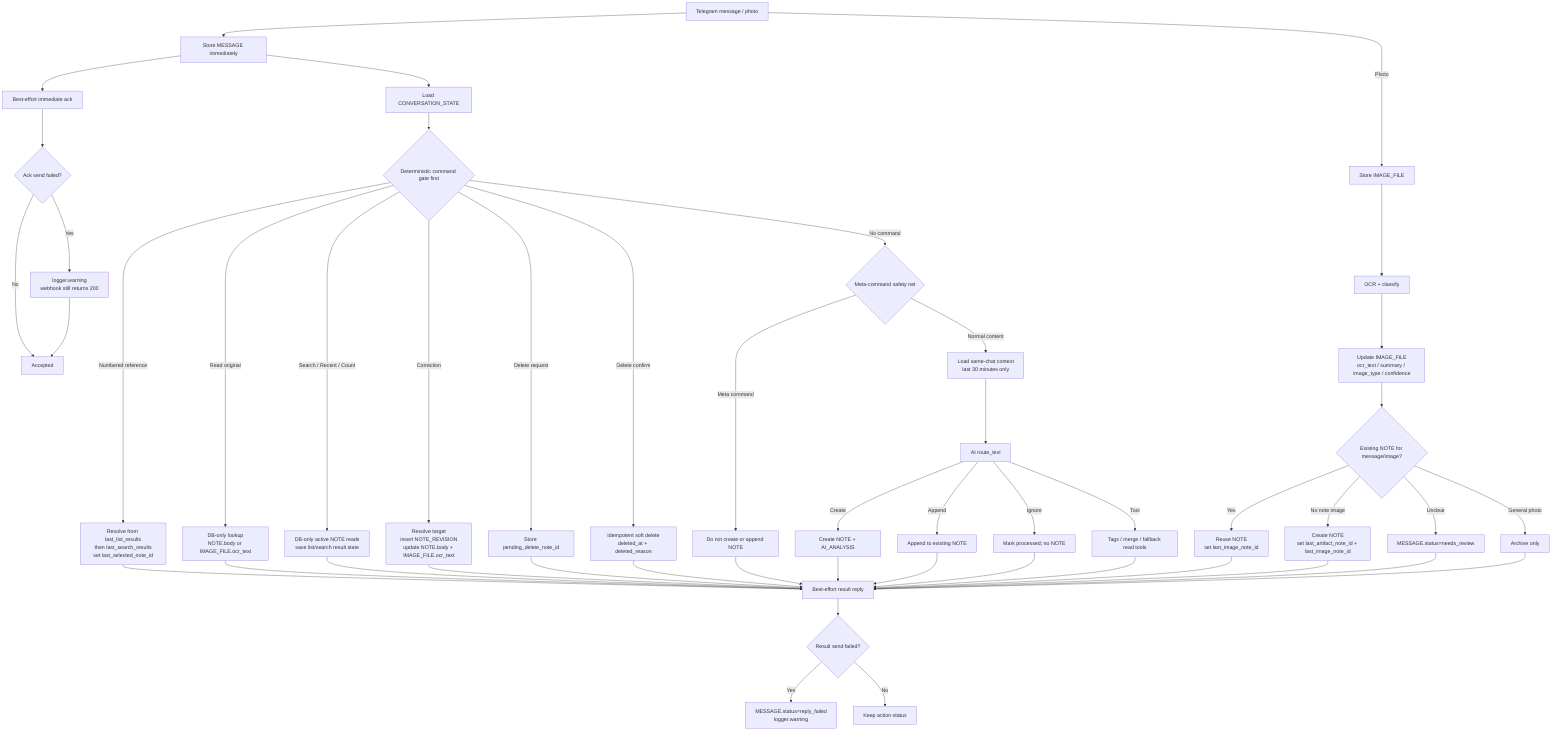
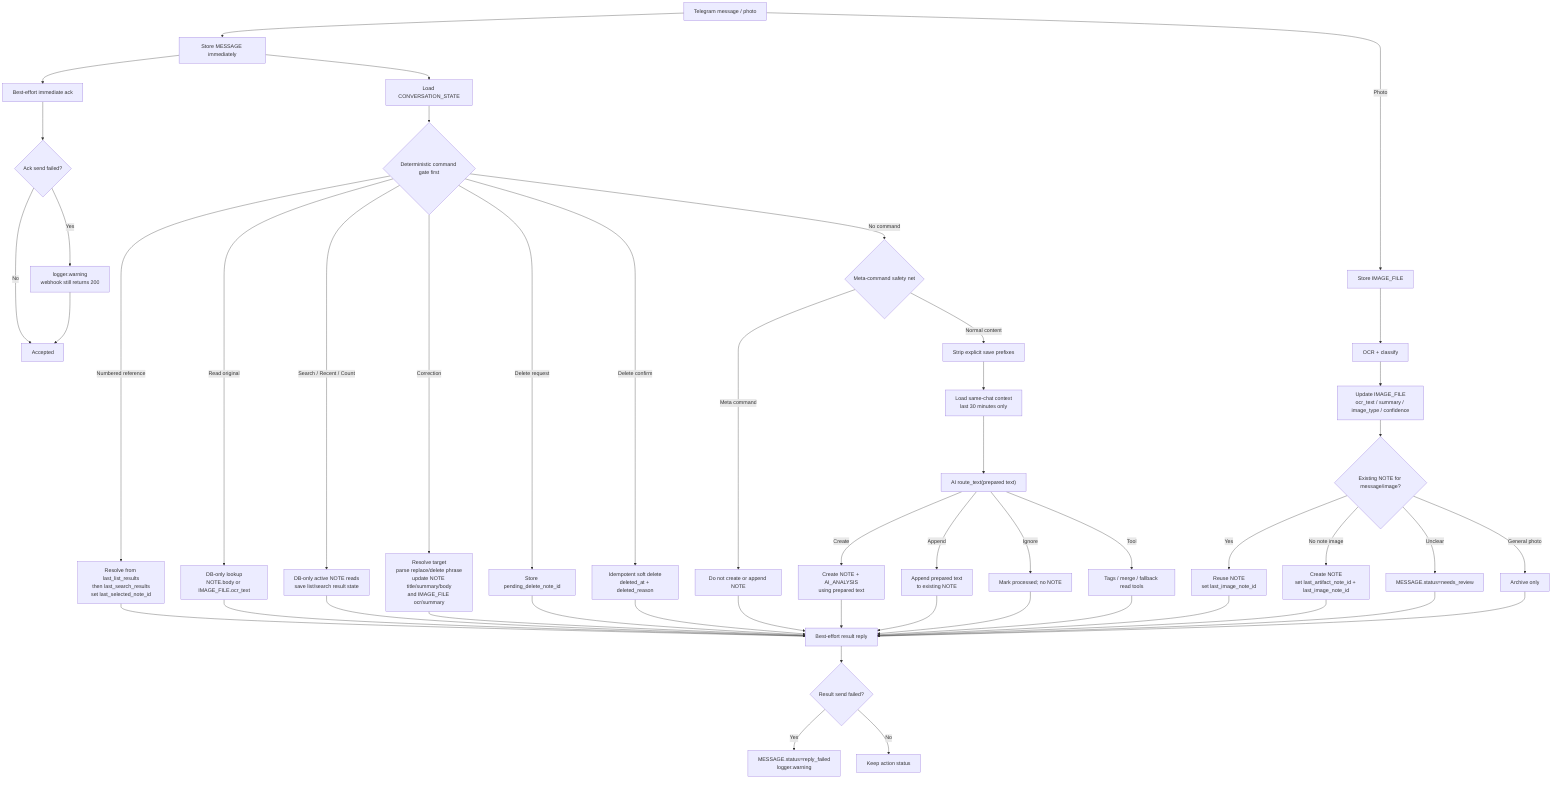
flowchart TD
    In["Telegram message / photo"] --> Store["Store MESSAGE immediately"]
    Store --> Ack["Best-effort immediate ack"]
    Ack --> AckFail{"Ack send failed?"}
    AckFail -->|Yes| AckWarn["logger.warning<br/>webhook still returns 200"]
    AckFail -->|No| Accepted["Accepted"]
    AckWarn --> Accepted

    Store --> State["Load CONVERSATION_STATE"]
    State --> Gate{"Deterministic command gate first"}

    Gate -->|Numbered reference| Numbered["Resolve from last_list_results<br/>then last_search_results<br/>set last_selected_note_id"]
    Gate -->|Read original| ReadLast["DB-only lookup<br/>NOTE.body or IMAGE_FILE.ocr_text"]
    Gate -->|Search / Recent / Count| ReadTools["DB-only active NOTE reads<br/>save list/search result state"]
-     Gate -->|Correction| Correct["Resolve target<br/>insert NOTE_REVISION<br/>update NOTE.body + IMAGE_FILE.ocr_text"]
+     Gate -->|Correction| Correct["Resolve target<br/>parse replace/delete phrase<br/>update NOTE title/summary/body<br/>and IMAGE_FILE ocr/summary"]
    Gate -->|Delete request| DeleteAsk["Store pending_delete_note_id"]
    Gate -->|Delete confirm| DeleteExec["Idempotent soft delete<br/>deleted_at + deleted_reason"]
    Gate -->|No command| MetaGuard{"Meta-command safety net"}

    MetaGuard -->|Meta command| NoSave["Do not create or append NOTE"]
-     MetaGuard -->|Normal content| Context["Load same-chat context<br/>last 30 minutes only"]
-     Context --> AIRouter["AI route_text"]
+     MetaGuard -->|Normal content| Prep["Strip explicit save prefixes"]
+     Prep --> Context["Load same-chat context<br/>last 30 minutes only"]
+     Context --> AIRouter["AI route_text(prepared text)"]

-     AIRouter -->|Create| Create["Create NOTE + AI_ANALYSIS"]
-     AIRouter -->|Append| Append["Append to existing NOTE"]
+     AIRouter -->|Create| Create["Create NOTE + AI_ANALYSIS<br/>using prepared text"]
+     AIRouter -->|Append| Append["Append prepared text<br/>to existing NOTE"]
    AIRouter -->|Ignore| Ignore["Mark processed; no NOTE"]
    AIRouter -->|Tool| Tool["Tags / merge / fallback read tools"]

    In -->|Photo| Photo["Store IMAGE_FILE"]
    Photo --> Vision["OCR + classify"]
    Vision --> ImageUpdate["Update IMAGE_FILE<br/>ocr_text / summary / image_type / confidence"]
    ImageUpdate --> Existing{"Existing NOTE for message/image?"}
    Existing -->|Yes| ExistingRef["Reuse NOTE<br/>set last_image_note_id"]
    Existing -->|No note image| ImageNote["Create NOTE<br/>set last_artifact_note_id + last_image_note_id"]
    Existing -->|Unclear| Review["MESSAGE.status=needs_review"]
    Existing -->|General photo| PhotoOnly["Archive only"]

    Numbered --> Reply["Best-effort result reply"]
    ReadLast --> Reply
    ReadTools --> Reply
    Correct --> Reply
    DeleteAsk --> Reply
    DeleteExec --> Reply
    NoSave --> Reply
    Create --> Reply
    Append --> Reply
    Ignore --> Reply
    Tool --> Reply
    ExistingRef --> Reply
    ImageNote --> Reply
    Review --> Reply
    PhotoOnly --> Reply

    Reply --> ReplyFail{"Result send failed?"}
    ReplyFail -->|Yes| ReplyFailed["MESSAGE.status=reply_failed<br/>logger.warning"]
    ReplyFail -->|No| Done["Keep action status"]
